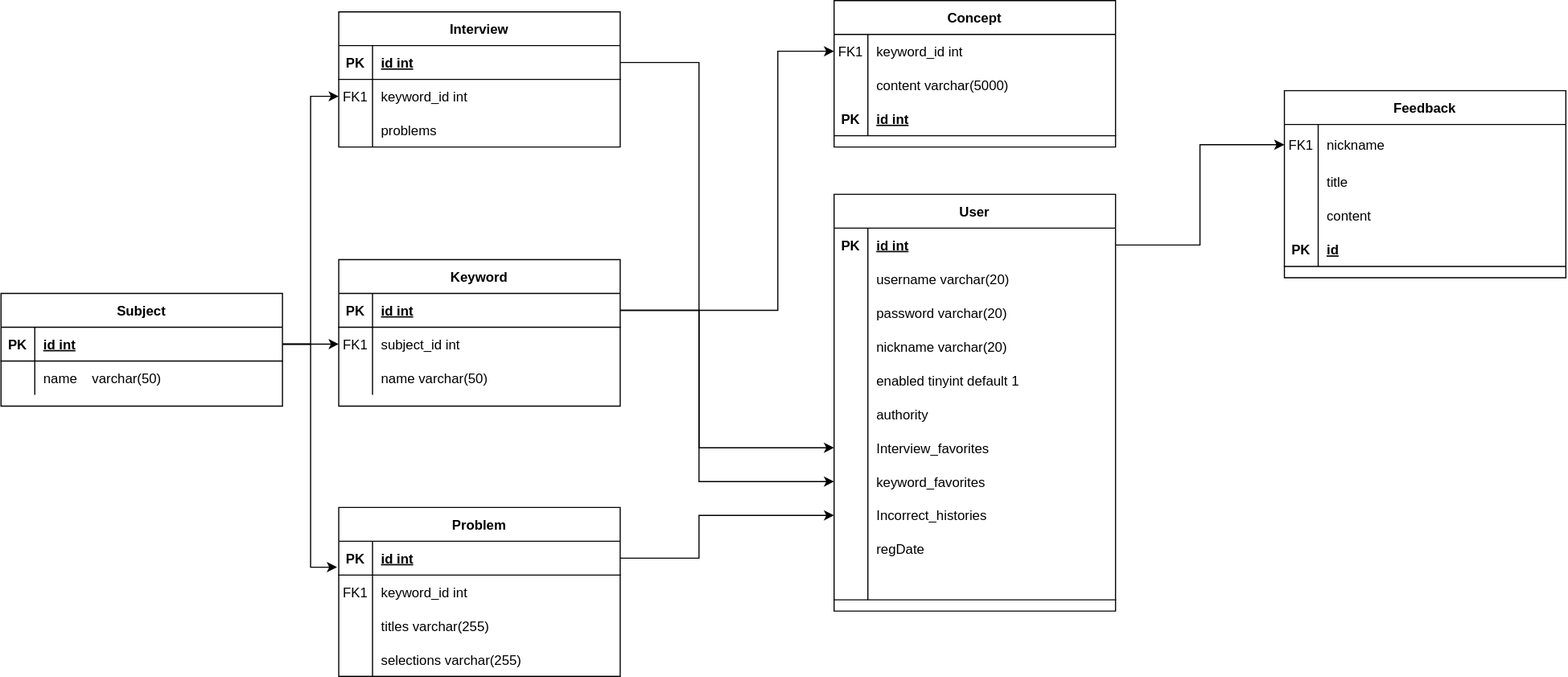
This is src/document/thinkit_ERD.svg from jgm0327/ThinkIT-, a draw.io export, as it was before one commit. Source tidied: cells renumbered, new cells last; positions are measured from the earlier drawing's top-left corner, leaving out a move shared by most shapes.
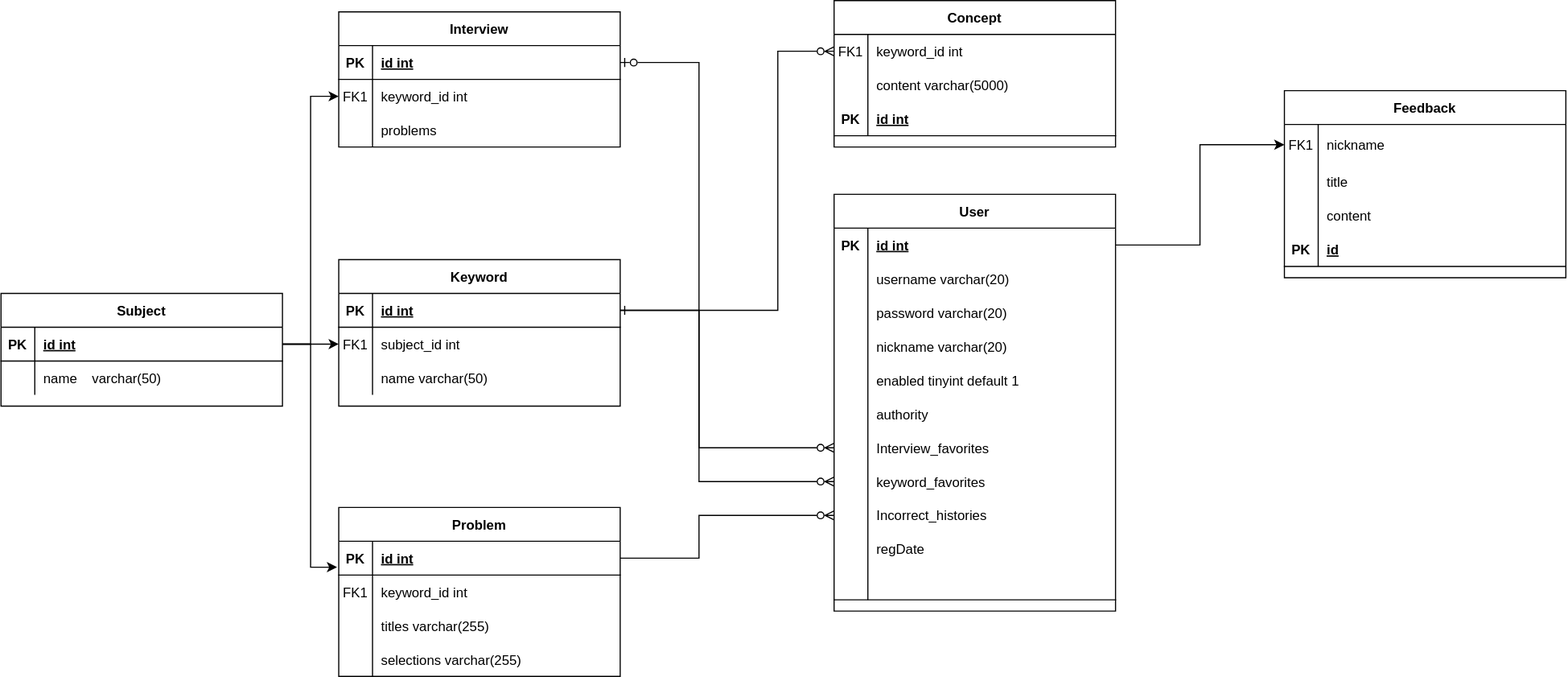
The same diagram one commit later.

Diff of the diagram source:
```diff
@@ -155,7 +155,7 @@
     <mxCell id="52" style="edgeStyle=orthogonalEdgeStyle;rounded=0;jettySize=auto;html=1;exitX=1;exitY=0.5;exitDx=0;exitDy=0;entryX=0;entryY=0.5;entryDx=0;entryDy=0;" parent="1" edge="1" source="26" target="6">
       <mxGeometry relative="1" as="geometry" />
     </mxCell>
-    <mxCell id="53" style="edgeStyle=orthogonalEdgeStyle;rounded=0;jettySize=auto;html=1;entryX=0;entryY=0.5;entryDx=0;entryDy=0;" parent="1" edge="1" source="3" target="33">
+    <mxCell id="53" style="edgeStyle=orthogonalEdgeStyle;rounded=0;jettySize=auto;html=1;entryX=0;entryY=0.5;entryDx=0;entryDy=0;endArrow=ERzeroToMany;endFill=0;startArrow=ERone;startFill=0;" parent="1" edge="1" source="3" target="33">
       <mxGeometry relative="1" as="geometry">
         <Array as="points">
           <mxPoint x="690" y="275" />
@@ -271,7 +271,7 @@
     <mxCell id="89" style="shape=partialRectangle;overflow=hidden;fillColor=none;top=0;left=0;bottom=0;right=0;align=left;spacingLeft=6;fontStyle=5;" parent="87" vertex="1">
       <mxGeometry x="30" width="220" height="30" as="geometry" />
     </mxCell>
-    <mxCell id="90" style="edgeStyle=orthogonalEdgeStyle;rounded=0;jettySize=auto;html=1;entryX=0;entryY=0.5;entryDx=0;entryDy=0;" parent="1" edge="1" source="13" target="81">
+    <mxCell id="90" style="edgeStyle=orthogonalEdgeStyle;rounded=0;jettySize=auto;html=1;entryX=0;entryY=0.5;entryDx=0;entryDy=0;endArrow=ERzeroToMany;endFill=0;" parent="1" edge="1" source="13" target="81">
       <mxGeometry relative="1" as="geometry">
         <Array as="points">
           <mxPoint x="620" y="495" />
@@ -279,7 +279,7 @@
         </Array>
       </mxGeometry>
     </mxCell>
-    <mxCell id="91" style="edgeStyle=orthogonalEdgeStyle;rounded=0;jettySize=auto;html=1;entryX=0;entryY=0.5;entryDx=0;entryDy=0;" parent="1" edge="1" source="3" target="78">
+    <mxCell id="91" style="edgeStyle=orthogonalEdgeStyle;rounded=0;jettySize=auto;html=1;entryX=0;entryY=0.5;entryDx=0;entryDy=0;endArrow=ERzeroToMany;endFill=0;" parent="1" edge="1" source="3" target="78">
       <mxGeometry relative="1" as="geometry">
         <Array as="points">
           <mxPoint x="620" y="275" />
@@ -329,7 +329,7 @@
     <mxCell id="105" style="edgeStyle=orthogonalEdgeStyle;rounded=0;jettySize=auto;html=1;entryX=0;entryY=0.5;entryDx=0;entryDy=0;" parent="1" edge="1" source="57" target="93">
       <mxGeometry relative="1" as="geometry" />
     </mxCell>
-    <mxCell id="106" style="edgeStyle=orthogonalEdgeStyle;rounded=0;jettySize=auto;html=1;entryX=0;entryY=0.5;entryDx=0;entryDy=0;" parent="1" edge="1" source="43" target="75">
+    <mxCell id="106" style="edgeStyle=orthogonalEdgeStyle;rounded=0;jettySize=auto;html=1;entryX=0;entryY=0.5;entryDx=0;entryDy=0;startArrow=ERzeroToOne;startFill=0;endArrow=ERzeroToMany;endFill=0;" parent="1" edge="1" source="43" target="75">
       <mxGeometry relative="1" as="geometry">
         <Array as="points">
           <mxPoint x="620" y="55" />
```
